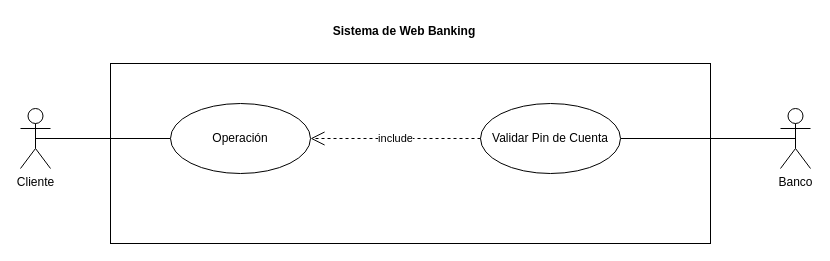
Earlier version of the draw.io diagram parcial/Casos de Uso/Caso_de_Uso_Valida_Pin.drawio (elias-gill-UNA/Compartido). Source tidied: cells renumbered, new cells numbered last; positions are measured from the earlier drawing's top-left corner, leaving out a move shared by most shapes. Both pictures are drawn from the tidied source at 100%, with x=0, y=0 at pixel (20, 17).
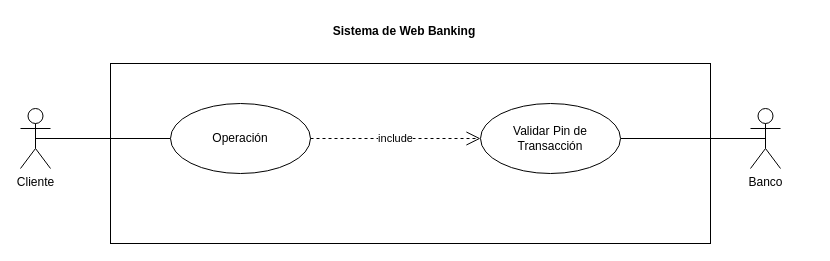
After the change.

The edit, as a diff of the source:
```diff
@@
 <mxGraphModel>
   <root>
     <mxCell id="0" />
     <mxCell id="1" parent="0" />
     <mxCell id="2" style="html=1;" parent="1" vertex="1">
       <mxGeometry x="90" y="46" width="600" height="180" as="geometry" />
     </mxCell>
     <mxCell id="3" value="Cliente" style="shape=umlActor;verticalLabelPosition=bottom;verticalAlign=top;html=1;" parent="1" vertex="1">
       <mxGeometry y="91" width="30" height="60" as="geometry" />
     </mxCell>
     <mxCell id="4" value="Sistema de Web Banking" style="text;align=center;fontStyle=1;verticalAlign=middle;spacingLeft=3;spacingRight=3;strokeColor=none;" parent="1" vertex="1">
       <mxGeometry x="344" width="80" height="26" as="geometry" />
     </mxCell>
     <mxCell id="5" value="Banco" style="shape=umlActor;verticalLabelPosition=bottom;verticalAlign=top;html=1;" parent="1" vertex="1">
-      <mxGeometry x="760" y="91" width="30" height="60" as="geometry" />
+      <mxGeometry x="730" y="91" width="30" height="60" as="geometry" />
     </mxCell>
     <mxCell id="6" style="endArrow=none;html=1;rounded=0;exitX=0;exitY=0.5;exitDx=0;exitDy=0;entryX=0.5;entryY=0.5;entryDx=0;entryDy=0;entryPerimeter=0;" parent="1" edge="1" target="3">
       <mxGeometry relative="1" as="geometry">
         <mxPoint x="150" y="121" as="sourcePoint" />
       </mxGeometry>
     </mxCell>
     <mxCell id="7" style="endArrow=none;html=1;rounded=0;entryX=0.5;entryY=0.5;entryDx=0;entryDy=0;entryPerimeter=0;exitX=1;exitY=0.5;exitDx=0;exitDy=0;" parent="1" edge="1" source="8" target="5">
       <mxGeometry relative="1" as="geometry" />
     </mxCell>
-    <mxCell id="8" value="Validar Pin de Cuenta" style="ellipse;whiteSpace=wrap;html=1;" parent="1" vertex="1">
+    <mxCell id="8" value="Validar Pin de Transacción" style="ellipse;whiteSpace=wrap;html=1;" parent="1" vertex="1">
       <mxGeometry x="460" y="86" width="140" height="70" as="geometry" />
     </mxCell>
     <mxCell id="9" value="Operación" style="ellipse;whiteSpace=wrap;html=1;" parent="1" vertex="1">
       <mxGeometry x="150" y="86" width="140" height="70" as="geometry" />
     </mxCell>
-    <mxCell id="10" value="include" style="endArrow=open;endSize=12;dashed=1;html=1;rounded=0;exitX=0;exitY=0.5;exitDx=0;exitDy=0;entryX=1;entryY=0.5;entryDx=0;entryDy=0;" parent="1" edge="1" source="8" target="9">
+    <mxCell id="10" value="include" style="endArrow=open;endSize=12;dashed=1;html=1;rounded=0;exitX=1;exitY=0.5;exitDx=0;exitDy=0;entryX=0;entryY=0.5;entryDx=0;entryDy=0;" parent="1" edge="1" source="9" target="8">
       <mxGeometry relative="1" as="geometry" />
     </mxCell>
   </root>
 </mxGraphModel>
```
